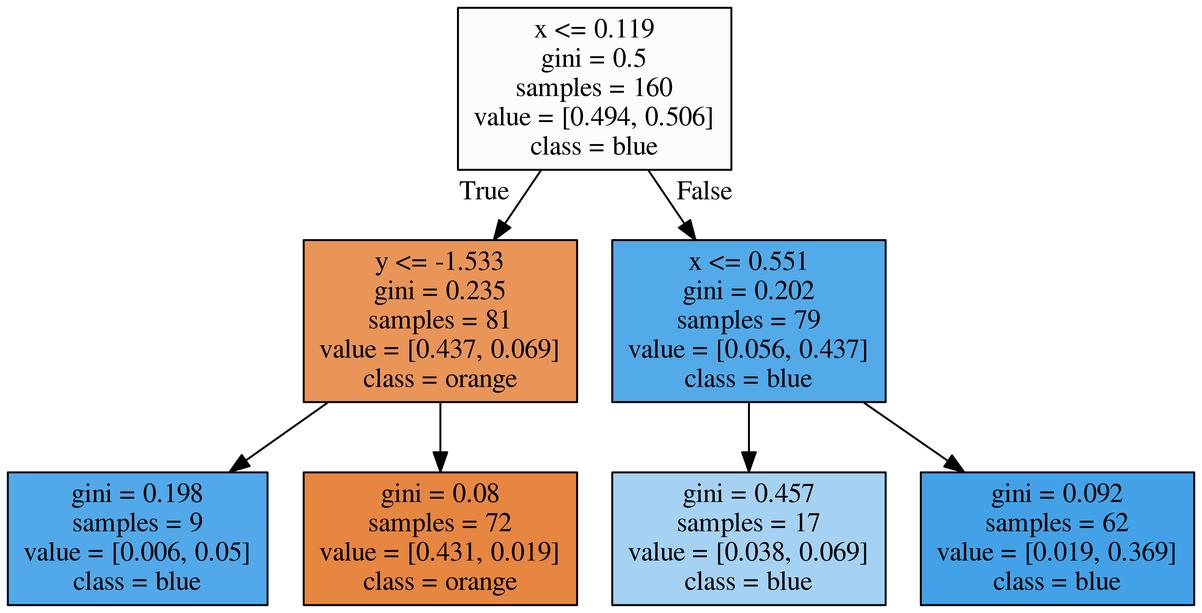
Earlier version of the Graphviz export BDT/bdt_dt0.png (denglert/machine-learning-sandbox). Its source is kept beside it as BDT/bdt_dt0.dot. The source it was exported from:
```dot
digraph Tree {
node [shape=box, style="filled", color="black"] ;
0 [label="x <= 0.119\ngini = 0.5\nsamples = 160\nvalue = [0.494, 0.506]\nclass = blue", fillcolor="#399de506"] ;
1 [label="y <= -1.533\ngini = 0.235\nsamples = 81\nvalue = [0.437, 0.069]\nclass = orange", fillcolor="#e58139d7"] ;
0 -> 1 [labeldistance=2.5, labelangle=45, headlabel="True"] ;
2 [label="gini = 0.198\nsamples = 9\nvalue = [0.006, 0.05]\nclass = blue", fillcolor="#399de5df"] ;
1 -> 2 ;
3 [label="gini = 0.08\nsamples = 72\nvalue = [0.431, 0.019]\nclass = orange", fillcolor="#e58139f4"] ;
1 -> 3 ;
4 [label="x <= 0.551\ngini = 0.202\nsamples = 79\nvalue = [0.056, 0.437]\nclass = blue", fillcolor="#399de5de"] ;
0 -> 4 [labeldistance=2.5, labelangle=-45, headlabel="False"] ;
5 [label="gini = 0.457\nsamples = 17\nvalue = [0.038, 0.069]\nclass = blue", fillcolor="#399de574"] ;
4 -> 5 ;
6 [label="gini = 0.092\nsamples = 62\nvalue = [0.019, 0.369]\nclass = blue", fillcolor="#399de5f2"] ;
4 -> 6 ;
}
```
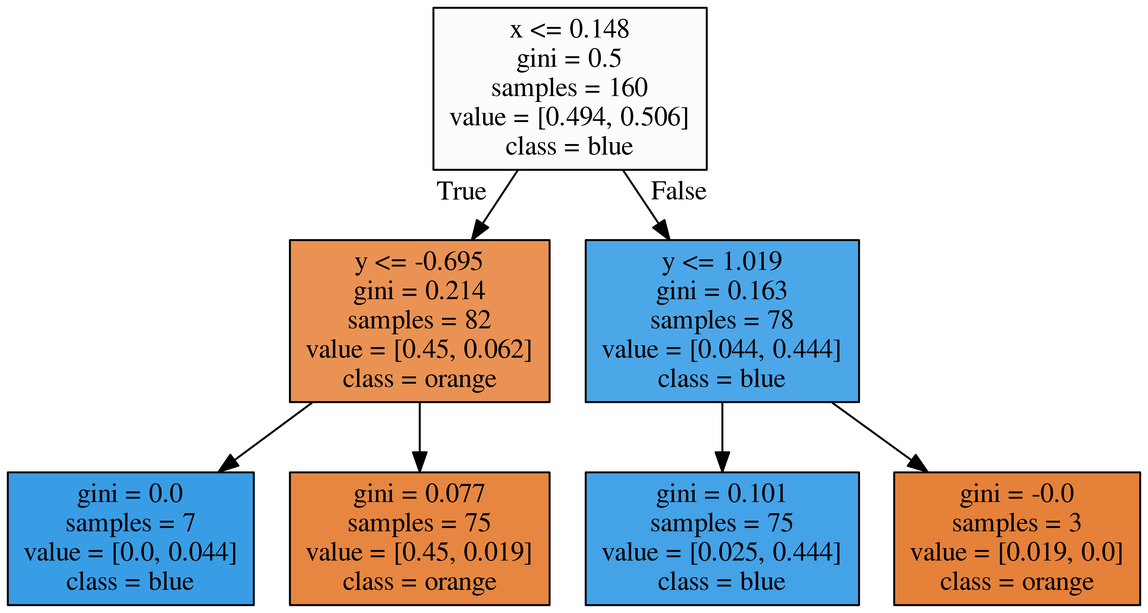
The same diagram one commit later.

What changed in the source:
```diff
@@ -1,16 +1,16 @@
 digraph Tree {
 node [shape=box, style="filled", color="black"] ;
-0 [label="x <= 0.119\ngini = 0.5\nsamples = 160\nvalue = [0.494, 0.506]\nclass = blue", fillcolor="#399de506"] ;
-1 [label="y <= -1.533\ngini = 0.235\nsamples = 81\nvalue = [0.437, 0.069]\nclass = orange", fillcolor="#e58139d7"] ;
+0 [label="x <= 0.148\ngini = 0.5\nsamples = 160\nvalue = [0.494, 0.506]\nclass = blue", fillcolor="#399de506"] ;
+1 [label="y <= -0.695\ngini = 0.214\nsamples = 82\nvalue = [0.45, 0.062]\nclass = orange", fillcolor="#e58139dc"] ;
 0 -> 1 [labeldistance=2.5, labelangle=45, headlabel="True"] ;
-2 [label="gini = 0.198\nsamples = 9\nvalue = [0.006, 0.05]\nclass = blue", fillcolor="#399de5df"] ;
+2 [label="gini = 0.0\nsamples = 7\nvalue = [0.0, 0.044]\nclass = blue", fillcolor="#399de5ff"] ;
 1 -> 2 ;
-3 [label="gini = 0.08\nsamples = 72\nvalue = [0.431, 0.019]\nclass = orange", fillcolor="#e58139f4"] ;
+3 [label="gini = 0.077\nsamples = 75\nvalue = [0.45, 0.019]\nclass = orange", fillcolor="#e58139f4"] ;
 1 -> 3 ;
-4 [label="x <= 0.551\ngini = 0.202\nsamples = 79\nvalue = [0.056, 0.437]\nclass = blue", fillcolor="#399de5de"] ;
+4 [label="y <= 1.019\ngini = 0.163\nsamples = 78\nvalue = [0.044, 0.444]\nclass = blue", fillcolor="#399de5e6"] ;
 0 -> 4 [labeldistance=2.5, labelangle=-45, headlabel="False"] ;
-5 [label="gini = 0.457\nsamples = 17\nvalue = [0.038, 0.069]\nclass = blue", fillcolor="#399de574"] ;
+5 [label="gini = 0.101\nsamples = 75\nvalue = [0.025, 0.444]\nclass = blue", fillcolor="#399de5f1"] ;
 4 -> 5 ;
-6 [label="gini = 0.092\nsamples = 62\nvalue = [0.019, 0.369]\nclass = blue", fillcolor="#399de5f2"] ;
+6 [label="gini = -0.0\nsamples = 3\nvalue = [0.019, 0.0]\nclass = orange", fillcolor="#e58139ff"] ;
 4 -> 6 ;
 }
```
